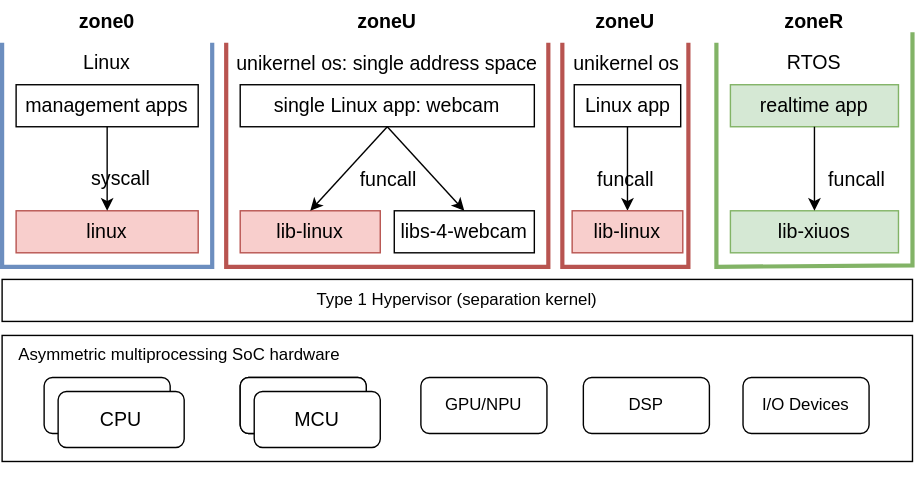
Before: docs/_media/overview.svg, a diagram exported from draw.io (syswonder/syswonder-web). Source tidied: cells renumbered, new cells last; positions are measured from the earlier drawing's top-left corner, leaving out a move shared by most shapes.
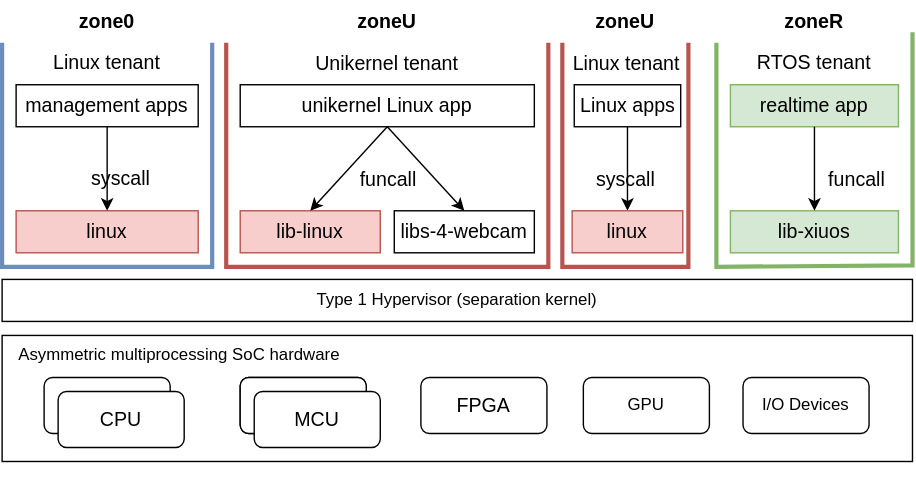
Later version of the same file.

Commit message:
update overview figure

What changed in the source:
```diff
@@ -23,10 +23,10 @@
     <mxCell id="8" value="&lt;font style=&quot;font-size: 14px;&quot;&gt;CPU&lt;/font&gt;" style="rounded=1;whiteSpace=wrap;html=1;" parent="1" vertex="1">
       <mxGeometry x="40" y="279" width="90" height="40" as="geometry" />
     </mxCell>
-    <mxCell id="9" value="GPU/NPU" style="rounded=1;whiteSpace=wrap;html=1;" parent="1" vertex="1">
+    <mxCell id="9" value="&lt;font style=&quot;font-size: 14px;&quot;&gt;FPGA&lt;/font&gt;" style="rounded=1;whiteSpace=wrap;html=1;" parent="1" vertex="1">
       <mxGeometry x="299" y="269" width="90" height="40" as="geometry" />
     </mxCell>
-    <mxCell id="10" value="DSP" style="rounded=1;whiteSpace=wrap;html=1;" parent="1" vertex="1">
+    <mxCell id="10" value="GPU" style="rounded=1;whiteSpace=wrap;html=1;" parent="1" vertex="1">
       <mxGeometry x="415" y="269" width="90" height="40" as="geometry" />
     </mxCell>
     <mxCell id="11" value="I/O Devices" style="rounded=1;whiteSpace=wrap;html=1;" parent="1" vertex="1">
@@ -75,7 +75,7 @@
     <mxCell id="21" value="libs-4-webcam" style="rounded=0;whiteSpace=wrap;html=1;fontSize=14;" parent="1" vertex="1">
       <mxGeometry x="280" y="150" width="100" height="30" as="geometry" />
     </mxCell>
-    <mxCell id="22" value="single Linux app: webcam" style="rounded=0;whiteSpace=wrap;html=1;fontSize=14;" parent="1" vertex="1">
+    <mxCell id="22" value="unikernel Linux app" style="rounded=0;whiteSpace=wrap;html=1;fontSize=14;" parent="1" vertex="1">
       <mxGeometry x="170" y="60" width="210" height="30" as="geometry" />
     </mxCell>
     <mxCell id="23" style="endArrow=classic;html=1;rounded=0;strokeWidth=1;fontSize=14;exitX=0.5;exitY=1;exitDx=0;exitDy=0;entryX=0.5;entryY=0;entryDx=0;entryDy=0;" parent="1" edge="1" source="22" target="20">
@@ -87,7 +87,7 @@
     <mxCell id="25" value="funcall" style="text;html=1;strokeColor=none;fillColor=none;align=center;verticalAlign=middle;whiteSpace=wrap;rounded=0;fontSize=14;" parent="1" vertex="1">
       <mxGeometry x="246" y="113" width="60" height="30" as="geometry" />
     </mxCell>
-    <mxCell id="26" value="unikernel os: single address space" style="text;html=1;strokeColor=none;fillColor=none;align=center;verticalAlign=middle;whiteSpace=wrap;rounded=0;fontSize=14;" parent="1" vertex="1">
+    <mxCell id="26" value="Unikernel tenant" style="text;html=1;strokeColor=none;fillColor=none;align=center;verticalAlign=middle;whiteSpace=wrap;rounded=0;fontSize=14;" parent="1" vertex="1">
       <mxGeometry x="160" y="30" width="230" height="30" as="geometry" />
     </mxCell>
     <mxCell id="27" value="&lt;b&gt;zoneU&lt;/b&gt;" style="text;html=1;strokeColor=none;fillColor=none;align=center;verticalAlign=middle;whiteSpace=wrap;rounded=0;fontSize=14;" parent="1" vertex="1">
@@ -129,25 +129,25 @@
     <mxCell id="35" value="&lt;b&gt;zoneU&lt;/b&gt;" style="text;html=1;strokeColor=none;fillColor=none;align=center;verticalAlign=middle;whiteSpace=wrap;rounded=0;fontSize=14;" parent="1" vertex="1">
       <mxGeometry x="400" width="90" height="30" as="geometry" />
     </mxCell>
-    <mxCell id="36" value="unikernel os" style="text;html=1;strokeColor=none;fillColor=none;align=center;verticalAlign=middle;whiteSpace=wrap;rounded=0;fontSize=14;" parent="1" vertex="1">
+    <mxCell id="36" value="Linux tenant" style="text;html=1;strokeColor=none;fillColor=none;align=center;verticalAlign=middle;whiteSpace=wrap;rounded=0;fontSize=14;" parent="1" vertex="1">
       <mxGeometry x="406" y="30" width="80" height="30" as="geometry" />
     </mxCell>
     <mxCell id="37" style="edgeStyle=orthogonalEdgeStyle;rounded=0;jettySize=auto;html=1;entryX=0.5;entryY=0;entryDx=0;entryDy=0;" parent="1" edge="1" source="38" target="39">
       <mxGeometry relative="1" as="geometry" />
     </mxCell>
-    <mxCell id="38" value="Linux app" style="rounded=0;whiteSpace=wrap;html=1;fontSize=14;" parent="1" vertex="1">
+    <mxCell id="38" value="Linux apps" style="rounded=0;whiteSpace=wrap;html=1;fontSize=14;" parent="1" vertex="1">
       <mxGeometry x="408.5" y="60" width="76" height="30" as="geometry" />
     </mxCell>
-    <mxCell id="39" value="lib-linux" style="rounded=0;whiteSpace=wrap;html=1;fontSize=14;fillColor=#f8cecc;strokeColor=#b85450;" parent="1" vertex="1">
+    <mxCell id="39" value="linux" style="rounded=0;whiteSpace=wrap;html=1;fontSize=14;fillColor=#f8cecc;strokeColor=#b85450;" parent="1" vertex="1">
       <mxGeometry x="407" y="150" width="79" height="30" as="geometry" />
     </mxCell>
-    <mxCell id="40" value="funcall" style="text;html=1;align=center;verticalAlign=middle;strokeColor=none;fillColor=none;fontSize=14;" parent="1" vertex="1">
-      <mxGeometry x="415" y="113" width="60" height="30" as="geometry" />
+    <mxCell id="40" value="syscall" style="text;html=1;align=center;verticalAlign=middle;strokeColor=none;fillColor=none;fontSize=14;" parent="1" vertex="1">
+      <mxGeometry x="410" y="113" width="70" height="30" as="geometry" />
     </mxCell>
-    <mxCell id="41" value="RTOS" style="text;html=1;strokeColor=none;fillColor=none;align=center;verticalAlign=middle;whiteSpace=wrap;rounded=0;fontSize=14;" parent="1" vertex="1">
+    <mxCell id="41" value="RTOS tenant" style="text;html=1;strokeColor=none;fillColor=none;align=center;verticalAlign=middle;whiteSpace=wrap;rounded=0;fontSize=14;" parent="1" vertex="1">
       <mxGeometry x="510" y="29" width="140" height="30" as="geometry" />
     </mxCell>
-    <mxCell id="42" value="Linux" style="text;html=1;strokeColor=none;fillColor=none;align=center;verticalAlign=middle;whiteSpace=wrap;rounded=0;fontSize=14;" parent="1" vertex="1">
+    <mxCell id="42" value="Linux tenant" style="text;html=1;strokeColor=none;fillColor=none;align=center;verticalAlign=middle;whiteSpace=wrap;rounded=0;fontSize=14;" parent="1" vertex="1">
       <mxGeometry x="35" y="29" width="80" height="30" as="geometry" />
     </mxCell>
   </root>
```
